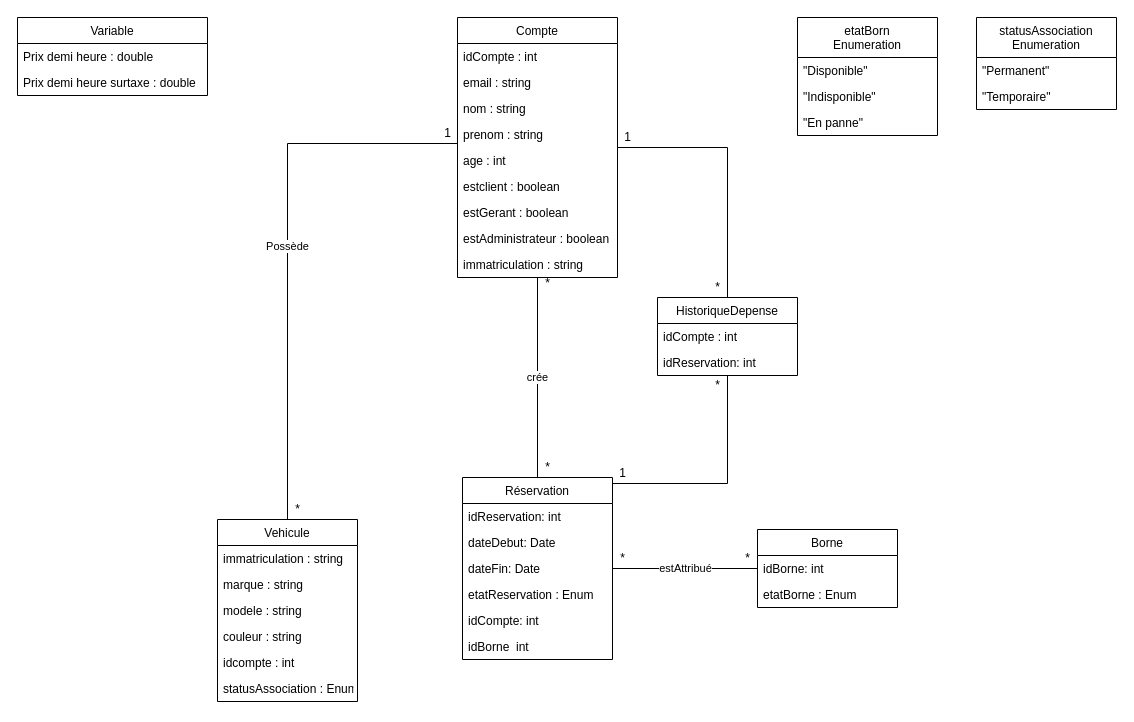
This is Conception/bdd.drawio from Eoloc/Genie_Logiciel_Projet_2022, a draw.io file, before an edit. Source tidied: cells renumbered, new cells numbered last; positions are measured from the earlier drawing's top-left corner, leaving out a move shared by most shapes. Both pictures are drawn from the tidied source at 100%, with x=0, y=0 at pixel (17, 17).
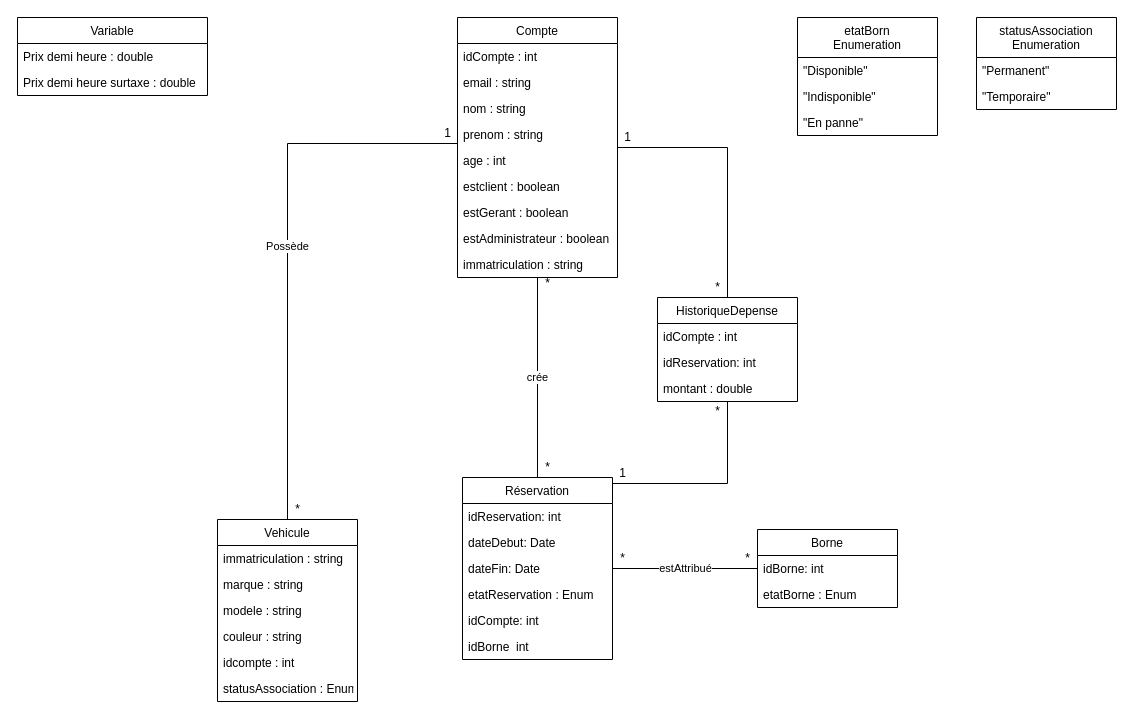
The same page after the edit.

Commit message:
Modification du diagramme de la base de données

Ajout du montant dans l'historique des dépenses des clients

Change to the diagram source:
```diff
@@
     <mxCell id="26" value="HistoriqueDepense" style="swimlane;fontStyle=0;horizontal=1;startSize=26;fillColor=none;" parent="1" vertex="1">
-      <mxGeometry x="640" y="280" width="140" height="78" as="geometry" />
+      <mxGeometry x="640" y="280" width="140" height="104" as="geometry" />
     </mxCell>
@@
+    <mxCell id="57" value="montant : double" style="text;strokeColor=none;fillColor=none;align=left;verticalAlign=top;spacingLeft=4;spacingRight=4;overflow=hidden;" parent="26" vertex="1">
+      <mxGeometry y="78" width="140" height="26" as="geometry" />
+    </mxCell>
@@
     <mxCell id="45" value="*" style="text;html=1;align=center;verticalAlign=middle;strokeColor=none;fillColor=none;" parent="1" vertex="1">
-      <mxGeometry x="690" y="358" width="20" height="20" as="geometry" />
+      <mxGeometry x="690" y="384" width="20" height="20" as="geometry" />
     </mxCell>
```
